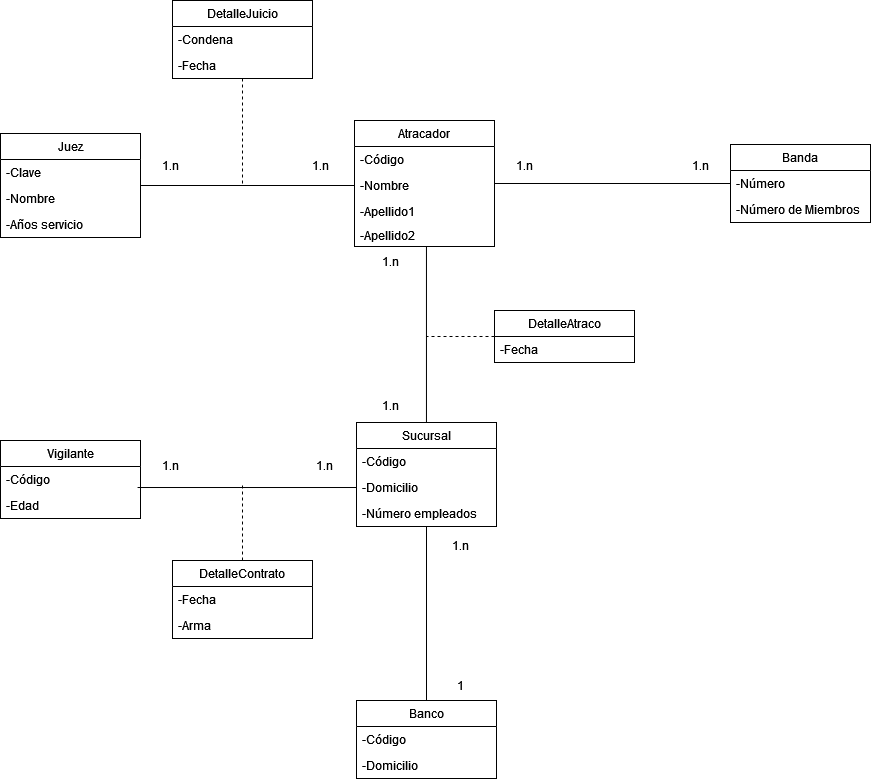
Earlier version of the draw.io export UT5/ejer_1/img/ejer_1.png (jdabrante/ETS). Source tidied: cells renumbered, new cells last; positions are measured from the earlier drawing's top-left corner, leaving out a move shared by most shapes. The source it was exported from:
```xml
<mxGraphModel>
  <root>
    <mxCell id="0" />
    <mxCell id="1" parent="0" />
    <mxCell id="2" style="edgeStyle=orthogonalEdgeStyle;rounded=0;jettySize=auto;html=1;entryX=0.5;entryY=1;entryDx=0;entryDy=0;entryPerimeter=0;endArrow=none;endFill=0;" parent="1" edge="1" source="3" target="10">
      <mxGeometry relative="1" as="geometry" />
    </mxCell>
    <mxCell id="3" value="Banco" style="swimlane;fontStyle=0;horizontal=1;startSize=26;fillColor=none;whiteSpace=wrap;html=1;" parent="1" vertex="1">
      <mxGeometry x="356" y="700" width="140" height="78" as="geometry" />
    </mxCell>
    <mxCell id="4" value="-Código" style="text;strokeColor=none;fillColor=none;align=left;verticalAlign=top;spacingLeft=4;spacingRight=4;overflow=hidden;whiteSpace=wrap;html=1;" parent="3" vertex="1">
      <mxGeometry y="26" width="140" height="26" as="geometry" />
    </mxCell>
    <mxCell id="5" value="-Domicilio" style="text;strokeColor=none;fillColor=none;align=left;verticalAlign=top;spacingLeft=4;spacingRight=4;overflow=hidden;whiteSpace=wrap;html=1;" parent="3" vertex="1">
      <mxGeometry y="52" width="140" height="26" as="geometry" />
    </mxCell>
    <mxCell id="6" style="edgeStyle=orthogonalEdgeStyle;rounded=0;jettySize=auto;html=1;entryX=0.514;entryY=1;entryDx=0;entryDy=0;entryPerimeter=0;endArrow=none;endFill=0;" parent="1" edge="1" source="7" target="19">
      <mxGeometry relative="1" as="geometry" />
    </mxCell>
    <mxCell id="7" value="Sucursal" style="swimlane;fontStyle=0;horizontal=1;startSize=26;fillColor=none;whiteSpace=wrap;html=1;" parent="1" vertex="1">
      <mxGeometry x="356" y="422" width="140" height="104" as="geometry" />
    </mxCell>
    <mxCell id="8" value="-Código" style="text;strokeColor=none;fillColor=none;align=left;verticalAlign=top;spacingLeft=4;spacingRight=4;overflow=hidden;whiteSpace=wrap;html=1;" parent="7" vertex="1">
      <mxGeometry y="26" width="140" height="26" as="geometry" />
    </mxCell>
    <mxCell id="9" value="-Domicilio" style="text;strokeColor=none;fillColor=none;align=left;verticalAlign=top;spacingLeft=4;spacingRight=4;overflow=hidden;points=[[0,0.5],[1,0.5]];portConstraint=eastwest;whiteSpace=wrap;html=1;" parent="7" vertex="1">
      <mxGeometry y="52" width="140" height="26" as="geometry" />
    </mxCell>
    <mxCell id="10" value="-Número empleados" style="text;strokeColor=none;fillColor=none;align=left;verticalAlign=top;spacingLeft=4;spacingRight=4;overflow=hidden;points=[[0,0.5],[1,0.5]];portConstraint=eastwest;whiteSpace=wrap;html=1;" parent="7" vertex="1">
      <mxGeometry y="78" width="140" height="26" as="geometry" />
    </mxCell>
    <mxCell id="11" value="Vigilante" style="swimlane;fontStyle=0;horizontal=1;startSize=26;fillColor=none;whiteSpace=wrap;html=1;" parent="1" vertex="1">
      <mxGeometry y="440" width="140" height="78" as="geometry" />
    </mxCell>
    <mxCell id="12" value="-Código" style="text;strokeColor=none;fillColor=none;align=left;verticalAlign=top;spacingLeft=4;spacingRight=4;overflow=hidden;whiteSpace=wrap;html=1;" parent="11" vertex="1">
      <mxGeometry y="26" width="140" height="26" as="geometry" />
    </mxCell>
    <mxCell id="13" value="-Edad" style="text;strokeColor=none;fillColor=none;align=left;verticalAlign=top;spacingLeft=4;spacingRight=4;overflow=hidden;points=[[0,0.5],[1,0.5]];portConstraint=eastwest;whiteSpace=wrap;html=1;" parent="11" vertex="1">
      <mxGeometry y="52" width="140" height="26" as="geometry" />
    </mxCell>
    <mxCell id="14" style="edgeStyle=orthogonalEdgeStyle;rounded=0;jettySize=auto;html=1;entryX=0;entryY=0.5;entryDx=0;entryDy=0;endArrow=none;endFill=0;" parent="1" edge="1" source="15" target="20">
      <mxGeometry relative="1" as="geometry" />
    </mxCell>
    <mxCell id="15" value="Atracador" style="swimlane;fontStyle=0;horizontal=1;startSize=26;fillColor=none;whiteSpace=wrap;html=1;" parent="1" vertex="1">
      <mxGeometry x="354" y="120" width="140" height="126" as="geometry" />
    </mxCell>
    <mxCell id="16" value="-Código" style="text;strokeColor=none;fillColor=none;align=left;verticalAlign=top;spacingLeft=4;spacingRight=4;overflow=hidden;whiteSpace=wrap;html=1;" parent="15" vertex="1">
      <mxGeometry y="26" width="140" height="26" as="geometry" />
    </mxCell>
    <mxCell id="17" value="-Nombre" style="text;strokeColor=none;fillColor=none;align=left;verticalAlign=top;spacingLeft=4;spacingRight=4;overflow=hidden;points=[[0,0.5],[1,0.5]];portConstraint=eastwest;whiteSpace=wrap;html=1;" parent="15" vertex="1">
      <mxGeometry y="52" width="140" height="26" as="geometry" />
    </mxCell>
    <mxCell id="18" value="-Apellido1" style="text;strokeColor=none;fillColor=none;align=left;verticalAlign=top;spacingLeft=4;spacingRight=4;overflow=hidden;whiteSpace=wrap;html=1;" parent="15" vertex="1">
      <mxGeometry y="78" width="140" height="24" as="geometry" />
    </mxCell>
    <mxCell id="19" value="-Apellido2" style="text;strokeColor=none;fillColor=none;align=left;verticalAlign=top;spacingLeft=4;spacingRight=4;overflow=hidden;points=[[0,0.5],[1,0.5]];portConstraint=eastwest;whiteSpace=wrap;html=1;" parent="15" vertex="1">
      <mxGeometry y="102" width="140" height="24" as="geometry" />
    </mxCell>
    <mxCell id="20" value="Banda" style="swimlane;fontStyle=0;horizontal=1;startSize=26;fillColor=none;whiteSpace=wrap;html=1;" parent="1" vertex="1">
      <mxGeometry x="730" y="144" width="140" height="78" as="geometry" />
    </mxCell>
    <mxCell id="21" value="-Número" style="text;strokeColor=none;fillColor=none;align=left;verticalAlign=top;spacingLeft=4;spacingRight=4;overflow=hidden;whiteSpace=wrap;html=1;" parent="20" vertex="1">
      <mxGeometry y="26" width="140" height="26" as="geometry" />
    </mxCell>
    <mxCell id="22" value="-Número de Miembros" style="text;strokeColor=none;fillColor=none;align=left;verticalAlign=top;spacingLeft=4;spacingRight=4;overflow=hidden;whiteSpace=wrap;html=1;" parent="20" vertex="1">
      <mxGeometry y="52" width="140" height="26" as="geometry" />
    </mxCell>
    <mxCell id="23" style="edgeStyle=orthogonalEdgeStyle;rounded=0;jettySize=auto;html=1;entryX=0;entryY=0.5;entryDx=0;entryDy=0;endArrow=none;endFill=0;" parent="1" edge="1" source="24" target="17">
      <mxGeometry relative="1" as="geometry" />
    </mxCell>
    <mxCell id="24" value="Juez" style="swimlane;fontStyle=0;horizontal=1;startSize=26;fillColor=none;whiteSpace=wrap;html=1;" parent="1" vertex="1">
      <mxGeometry y="133" width="140" height="104" as="geometry" />
    </mxCell>
    <mxCell id="25" value="-Clave" style="text;strokeColor=none;fillColor=none;align=left;verticalAlign=top;spacingLeft=4;spacingRight=4;overflow=hidden;whiteSpace=wrap;html=1;" parent="24" vertex="1">
      <mxGeometry y="26" width="140" height="26" as="geometry" />
    </mxCell>
    <mxCell id="26" value="-Nombre" style="text;strokeColor=none;fillColor=none;align=left;verticalAlign=top;spacingLeft=4;spacingRight=4;overflow=hidden;whiteSpace=wrap;html=1;" parent="24" vertex="1">
      <mxGeometry y="52" width="140" height="26" as="geometry" />
    </mxCell>
    <mxCell id="27" value="-Años servicio" style="text;strokeColor=none;fillColor=none;align=left;verticalAlign=top;spacingLeft=4;spacingRight=4;overflow=hidden;whiteSpace=wrap;html=1;" parent="24" vertex="1">
      <mxGeometry y="78" width="140" height="26" as="geometry" />
    </mxCell>
    <mxCell id="28" style="edgeStyle=orthogonalEdgeStyle;rounded=0;jettySize=auto;html=1;entryX=0.979;entryY=-0.192;entryDx=0;entryDy=0;entryPerimeter=0;endArrow=none;endFill=0;" parent="1" edge="1" source="9" target="13">
      <mxGeometry relative="1" as="geometry" />
    </mxCell>
    <mxCell id="29" style="edgeStyle=orthogonalEdgeStyle;rounded=0;jettySize=auto;html=1;dashed=1;endArrow=none;endFill=0;" parent="1" edge="1" source="30">
      <mxGeometry relative="1" as="geometry">
        <mxPoint x="242" y="485" as="targetPoint" />
      </mxGeometry>
    </mxCell>
    <mxCell id="30" value="DetalleContrato" style="swimlane;fontStyle=0;horizontal=1;startSize=26;fillColor=none;whiteSpace=wrap;html=1;" parent="1" vertex="1">
      <mxGeometry x="172" y="560" width="140" height="78" as="geometry" />
    </mxCell>
    <mxCell id="31" value="-Fecha" style="text;strokeColor=none;fillColor=none;align=left;verticalAlign=top;spacingLeft=4;spacingRight=4;overflow=hidden;whiteSpace=wrap;html=1;" parent="30" vertex="1">
      <mxGeometry y="26" width="140" height="26" as="geometry" />
    </mxCell>
    <mxCell id="32" value="-Arma" style="text;strokeColor=none;fillColor=none;align=left;verticalAlign=top;spacingLeft=4;spacingRight=4;overflow=hidden;whiteSpace=wrap;html=1;" parent="30" vertex="1">
      <mxGeometry y="52" width="140" height="26" as="geometry" />
    </mxCell>
    <mxCell id="33" style="edgeStyle=orthogonalEdgeStyle;rounded=0;jettySize=auto;html=1;exitX=0;exitY=0.5;exitDx=0;exitDy=0;dashed=1;endArrow=none;endFill=0;" parent="1" edge="1" source="34">
      <mxGeometry relative="1" as="geometry">
        <mxPoint x="426" y="336" as="targetPoint" />
      </mxGeometry>
    </mxCell>
    <mxCell id="34" value="DetalleAtraco" style="swimlane;fontStyle=0;horizontal=1;startSize=26;fillColor=none;whiteSpace=wrap;html=1;" parent="1" vertex="1">
      <mxGeometry x="494" y="310" width="140" height="52" as="geometry" />
    </mxCell>
    <mxCell id="35" value="-Fecha" style="text;strokeColor=none;fillColor=none;align=left;verticalAlign=top;spacingLeft=4;spacingRight=4;overflow=hidden;whiteSpace=wrap;html=1;" parent="34" vertex="1">
      <mxGeometry y="26" width="140" height="26" as="geometry" />
    </mxCell>
    <mxCell id="36" style="edgeStyle=orthogonalEdgeStyle;rounded=0;jettySize=auto;html=1;exitX=0.5;exitY=1;exitDx=0;exitDy=0;dashed=1;endArrow=none;endFill=0;" parent="1" edge="1" source="37">
      <mxGeometry relative="1" as="geometry">
        <mxPoint x="242" y="185" as="targetPoint" />
      </mxGeometry>
    </mxCell>
    <mxCell id="37" value="DetalleJuicio" style="swimlane;fontStyle=0;horizontal=1;startSize=26;fillColor=none;whiteSpace=wrap;html=1;" parent="1" vertex="1">
      <mxGeometry x="172" width="140" height="78" as="geometry" />
    </mxCell>
    <mxCell id="38" value="-Condena" style="text;strokeColor=none;fillColor=none;align=left;verticalAlign=top;spacingLeft=4;spacingRight=4;overflow=hidden;whiteSpace=wrap;html=1;" parent="37" vertex="1">
      <mxGeometry y="26" width="140" height="26" as="geometry" />
    </mxCell>
    <mxCell id="39" value="-Fecha" style="text;strokeColor=none;fillColor=none;align=left;verticalAlign=top;spacingLeft=4;spacingRight=4;overflow=hidden;whiteSpace=wrap;html=1;" parent="37" vertex="1">
      <mxGeometry y="52" width="140" height="26" as="geometry" />
    </mxCell>
    <mxCell id="40" value="1.n" style="text;html=1;strokeColor=none;fillColor=none;align=center;verticalAlign=middle;whiteSpace=wrap;rounded=0;" parent="1" vertex="1">
      <mxGeometry x="140" y="150" width="60" height="30" as="geometry" />
    </mxCell>
    <mxCell id="41" value="1.n" style="text;html=1;strokeColor=none;fillColor=none;align=center;verticalAlign=middle;whiteSpace=wrap;rounded=0;" parent="1" vertex="1">
      <mxGeometry x="290" y="150" width="60" height="30" as="geometry" />
    </mxCell>
    <mxCell id="42" value="1.n" style="text;html=1;strokeColor=none;fillColor=none;align=center;verticalAlign=middle;whiteSpace=wrap;rounded=0;" parent="1" vertex="1">
      <mxGeometry x="494" y="150" width="60" height="30" as="geometry" />
    </mxCell>
    <mxCell id="43" value="1.n" style="text;html=1;strokeColor=none;fillColor=none;align=center;verticalAlign=middle;whiteSpace=wrap;rounded=0;" parent="1" vertex="1">
      <mxGeometry x="670" y="150" width="60" height="30" as="geometry" />
    </mxCell>
    <mxCell id="44" value="1.n" style="text;html=1;strokeColor=none;fillColor=none;align=center;verticalAlign=middle;whiteSpace=wrap;rounded=0;" parent="1" vertex="1">
      <mxGeometry x="360" y="390" width="60" height="30" as="geometry" />
    </mxCell>
    <mxCell id="45" value="1.n" style="text;html=1;strokeColor=none;fillColor=none;align=center;verticalAlign=middle;whiteSpace=wrap;rounded=0;" parent="1" vertex="1">
      <mxGeometry x="360" y="246" width="60" height="30" as="geometry" />
    </mxCell>
    <mxCell id="46" value="1.n" style="text;html=1;strokeColor=none;fillColor=none;align=center;verticalAlign=middle;whiteSpace=wrap;rounded=0;" parent="1" vertex="1">
      <mxGeometry x="294" y="450" width="60" height="30" as="geometry" />
    </mxCell>
    <mxCell id="47" value="1.n" style="text;html=1;strokeColor=none;fillColor=none;align=center;verticalAlign=middle;whiteSpace=wrap;rounded=0;" parent="1" vertex="1">
      <mxGeometry x="140" y="450" width="60" height="30" as="geometry" />
    </mxCell>
    <mxCell id="48" value="1.n" style="text;html=1;strokeColor=none;fillColor=none;align=center;verticalAlign=middle;whiteSpace=wrap;rounded=0;" parent="1" vertex="1">
      <mxGeometry x="430" y="530" width="60" height="30" as="geometry" />
    </mxCell>
    <mxCell id="49" value="1" style="text;html=1;strokeColor=none;fillColor=none;align=center;verticalAlign=middle;whiteSpace=wrap;rounded=0;" parent="1" vertex="1">
      <mxGeometry x="430" y="670" width="60" height="30" as="geometry" />
    </mxCell>
  </root>
</mxGraphModel>
```
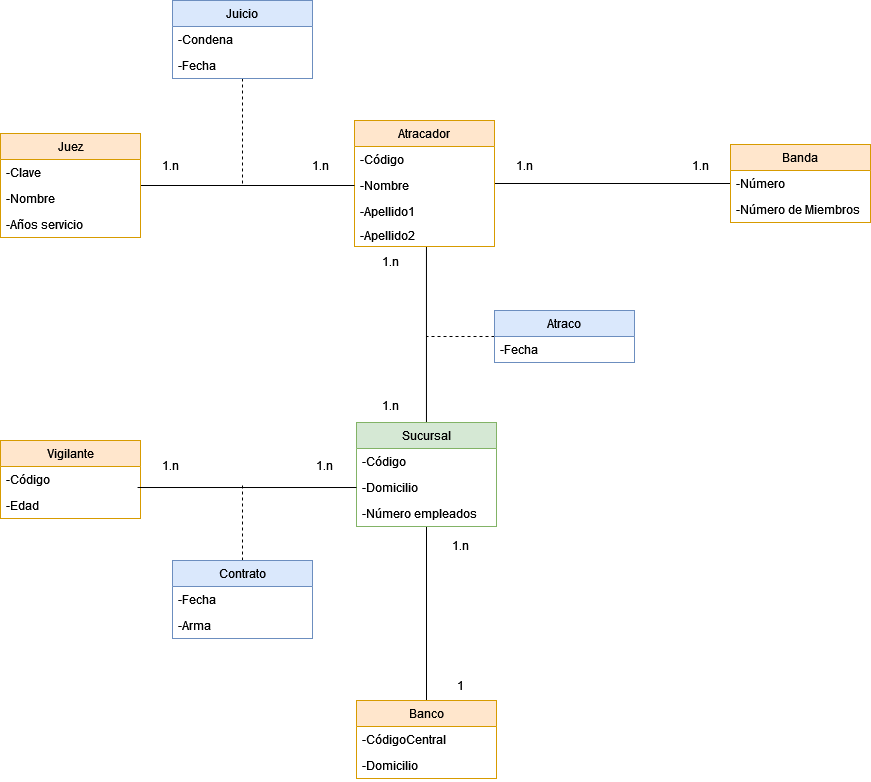
Later version of the same file.

Diff of the diagram source:
```diff
@@ -5,10 +5,10 @@
     <mxCell id="2" style="edgeStyle=orthogonalEdgeStyle;rounded=0;jettySize=auto;html=1;entryX=0.5;entryY=1;entryDx=0;entryDy=0;entryPerimeter=0;endArrow=none;endFill=0;" parent="1" edge="1" source="3" target="10">
       <mxGeometry relative="1" as="geometry" />
     </mxCell>
-    <mxCell id="3" value="Banco" style="swimlane;fontStyle=0;horizontal=1;startSize=26;fillColor=none;whiteSpace=wrap;html=1;" parent="1" vertex="1">
+    <mxCell id="3" value="Banco" style="swimlane;fontStyle=0;horizontal=1;startSize=26;fillColor=#ffe6cc;whiteSpace=wrap;html=1;strokeColor=#d79b00;" parent="1" vertex="1">
       <mxGeometry x="356" y="700" width="140" height="78" as="geometry" />
     </mxCell>
-    <mxCell id="4" value="-Código" style="text;strokeColor=none;fillColor=none;align=left;verticalAlign=top;spacingLeft=4;spacingRight=4;overflow=hidden;whiteSpace=wrap;html=1;" parent="3" vertex="1">
+    <mxCell id="4" value="-CódigoCentral" style="text;strokeColor=none;fillColor=none;align=left;verticalAlign=top;spacingLeft=4;spacingRight=4;overflow=hidden;whiteSpace=wrap;html=1;" parent="3" vertex="1">
       <mxGeometry y="26" width="140" height="26" as="geometry" />
     </mxCell>
     <mxCell id="5" value="-Domicilio" style="text;strokeColor=none;fillColor=none;align=left;verticalAlign=top;spacingLeft=4;spacingRight=4;overflow=hidden;whiteSpace=wrap;html=1;" parent="3" vertex="1">
@@ -17,7 +17,7 @@
     <mxCell id="6" style="edgeStyle=orthogonalEdgeStyle;rounded=0;jettySize=auto;html=1;entryX=0.514;entryY=1;entryDx=0;entryDy=0;entryPerimeter=0;endArrow=none;endFill=0;" parent="1" edge="1" source="7" target="19">
       <mxGeometry relative="1" as="geometry" />
     </mxCell>
-    <mxCell id="7" value="Sucursal" style="swimlane;fontStyle=0;horizontal=1;startSize=26;fillColor=none;whiteSpace=wrap;html=1;" parent="1" vertex="1">
+    <mxCell id="7" value="Sucursal" style="swimlane;fontStyle=0;horizontal=1;startSize=26;fillColor=#d5e8d4;whiteSpace=wrap;html=1;strokeColor=#82b366;" parent="1" vertex="1">
       <mxGeometry x="356" y="422" width="140" height="104" as="geometry" />
     </mxCell>
     <mxCell id="8" value="-Código" style="text;strokeColor=none;fillColor=none;align=left;verticalAlign=top;spacingLeft=4;spacingRight=4;overflow=hidden;whiteSpace=wrap;html=1;" parent="7" vertex="1">
@@ -29,7 +29,7 @@
     <mxCell id="10" value="-Número empleados" style="text;strokeColor=none;fillColor=none;align=left;verticalAlign=top;spacingLeft=4;spacingRight=4;overflow=hidden;points=[[0,0.5],[1,0.5]];portConstraint=eastwest;whiteSpace=wrap;html=1;" parent="7" vertex="1">
       <mxGeometry y="78" width="140" height="26" as="geometry" />
     </mxCell>
-    <mxCell id="11" value="Vigilante" style="swimlane;fontStyle=0;horizontal=1;startSize=26;fillColor=none;whiteSpace=wrap;html=1;" parent="1" vertex="1">
+    <mxCell id="11" value="Vigilante" style="swimlane;fontStyle=0;horizontal=1;startSize=26;fillColor=#ffe6cc;whiteSpace=wrap;html=1;strokeColor=#d79b00;" parent="1" vertex="1">
       <mxGeometry y="440" width="140" height="78" as="geometry" />
     </mxCell>
     <mxCell id="12" value="-Código" style="text;strokeColor=none;fillColor=none;align=left;verticalAlign=top;spacingLeft=4;spacingRight=4;overflow=hidden;whiteSpace=wrap;html=1;" parent="11" vertex="1">
@@ -41,7 +41,7 @@
     <mxCell id="14" style="edgeStyle=orthogonalEdgeStyle;rounded=0;jettySize=auto;html=1;entryX=0;entryY=0.5;entryDx=0;entryDy=0;endArrow=none;endFill=0;" parent="1" edge="1" source="15" target="20">
       <mxGeometry relative="1" as="geometry" />
     </mxCell>
-    <mxCell id="15" value="Atracador" style="swimlane;fontStyle=0;horizontal=1;startSize=26;fillColor=none;whiteSpace=wrap;html=1;" parent="1" vertex="1">
+    <mxCell id="15" value="Atracador" style="swimlane;fontStyle=0;horizontal=1;startSize=26;fillColor=#ffe6cc;whiteSpace=wrap;html=1;strokeColor=#d79b00;" parent="1" vertex="1">
       <mxGeometry x="354" y="120" width="140" height="126" as="geometry" />
     </mxCell>
     <mxCell id="16" value="-Código" style="text;strokeColor=none;fillColor=none;align=left;verticalAlign=top;spacingLeft=4;spacingRight=4;overflow=hidden;whiteSpace=wrap;html=1;" parent="15" vertex="1">
@@ -56,7 +56,7 @@
     <mxCell id="19" value="-Apellido2" style="text;strokeColor=none;fillColor=none;align=left;verticalAlign=top;spacingLeft=4;spacingRight=4;overflow=hidden;points=[[0,0.5],[1,0.5]];portConstraint=eastwest;whiteSpace=wrap;html=1;" parent="15" vertex="1">
       <mxGeometry y="102" width="140" height="24" as="geometry" />
     </mxCell>
-    <mxCell id="20" value="Banda" style="swimlane;fontStyle=0;horizontal=1;startSize=26;fillColor=none;whiteSpace=wrap;html=1;" parent="1" vertex="1">
+    <mxCell id="20" value="Banda" style="swimlane;fontStyle=0;horizontal=1;startSize=26;fillColor=#ffe6cc;whiteSpace=wrap;html=1;strokeColor=#d79b00;" parent="1" vertex="1">
       <mxGeometry x="730" y="144" width="140" height="78" as="geometry" />
     </mxCell>
     <mxCell id="21" value="-Número" style="text;strokeColor=none;fillColor=none;align=left;verticalAlign=top;spacingLeft=4;spacingRight=4;overflow=hidden;whiteSpace=wrap;html=1;" parent="20" vertex="1">
@@ -68,7 +68,7 @@
     <mxCell id="23" style="edgeStyle=orthogonalEdgeStyle;rounded=0;jettySize=auto;html=1;entryX=0;entryY=0.5;entryDx=0;entryDy=0;endArrow=none;endFill=0;" parent="1" edge="1" source="24" target="17">
       <mxGeometry relative="1" as="geometry" />
     </mxCell>
-    <mxCell id="24" value="Juez" style="swimlane;fontStyle=0;horizontal=1;startSize=26;fillColor=none;whiteSpace=wrap;html=1;" parent="1" vertex="1">
+    <mxCell id="24" value="Juez" style="swimlane;fontStyle=0;horizontal=1;startSize=26;fillColor=#ffe6cc;whiteSpace=wrap;html=1;strokeColor=#d79b00;" parent="1" vertex="1">
       <mxGeometry y="133" width="140" height="104" as="geometry" />
     </mxCell>
     <mxCell id="25" value="-Clave" style="text;strokeColor=none;fillColor=none;align=left;verticalAlign=top;spacingLeft=4;spacingRight=4;overflow=hidden;whiteSpace=wrap;html=1;" parent="24" vertex="1">
@@ -88,7 +88,7 @@
         <mxPoint x="242" y="485" as="targetPoint" />
       </mxGeometry>
     </mxCell>
-    <mxCell id="30" value="DetalleContrato" style="swimlane;fontStyle=0;horizontal=1;startSize=26;fillColor=none;whiteSpace=wrap;html=1;" parent="1" vertex="1">
+    <mxCell id="30" value="Contrato" style="swimlane;fontStyle=0;horizontal=1;startSize=26;fillColor=#dae8fc;whiteSpace=wrap;html=1;strokeColor=#6c8ebf;" parent="1" vertex="1">
       <mxGeometry x="172" y="560" width="140" height="78" as="geometry" />
     </mxCell>
     <mxCell id="31" value="-Fecha" style="text;strokeColor=none;fillColor=none;align=left;verticalAlign=top;spacingLeft=4;spacingRight=4;overflow=hidden;whiteSpace=wrap;html=1;" parent="30" vertex="1">
@@ -102,7 +102,7 @@
         <mxPoint x="426" y="336" as="targetPoint" />
       </mxGeometry>
     </mxCell>
-    <mxCell id="34" value="DetalleAtraco" style="swimlane;fontStyle=0;horizontal=1;startSize=26;fillColor=none;whiteSpace=wrap;html=1;" parent="1" vertex="1">
+    <mxCell id="34" value="Atraco" style="swimlane;fontStyle=0;horizontal=1;startSize=26;fillColor=#dae8fc;whiteSpace=wrap;html=1;strokeColor=#6c8ebf;" parent="1" vertex="1">
       <mxGeometry x="494" y="310" width="140" height="52" as="geometry" />
     </mxCell>
     <mxCell id="35" value="-Fecha" style="text;strokeColor=none;fillColor=none;align=left;verticalAlign=top;spacingLeft=4;spacingRight=4;overflow=hidden;whiteSpace=wrap;html=1;" parent="34" vertex="1">
@@ -113,7 +113,7 @@
         <mxPoint x="242" y="185" as="targetPoint" />
       </mxGeometry>
     </mxCell>
-    <mxCell id="37" value="DetalleJuicio" style="swimlane;fontStyle=0;horizontal=1;startSize=26;fillColor=none;whiteSpace=wrap;html=1;" parent="1" vertex="1">
+    <mxCell id="37" value="Juicio" style="swimlane;fontStyle=0;horizontal=1;startSize=26;fillColor=#dae8fc;whiteSpace=wrap;html=1;strokeColor=#6c8ebf;" parent="1" vertex="1">
       <mxGeometry x="172" width="140" height="78" as="geometry" />
     </mxCell>
     <mxCell id="38" value="-Condena" style="text;strokeColor=none;fillColor=none;align=left;verticalAlign=top;spacingLeft=4;spacingRight=4;overflow=hidden;whiteSpace=wrap;html=1;" parent="37" vertex="1">
```
